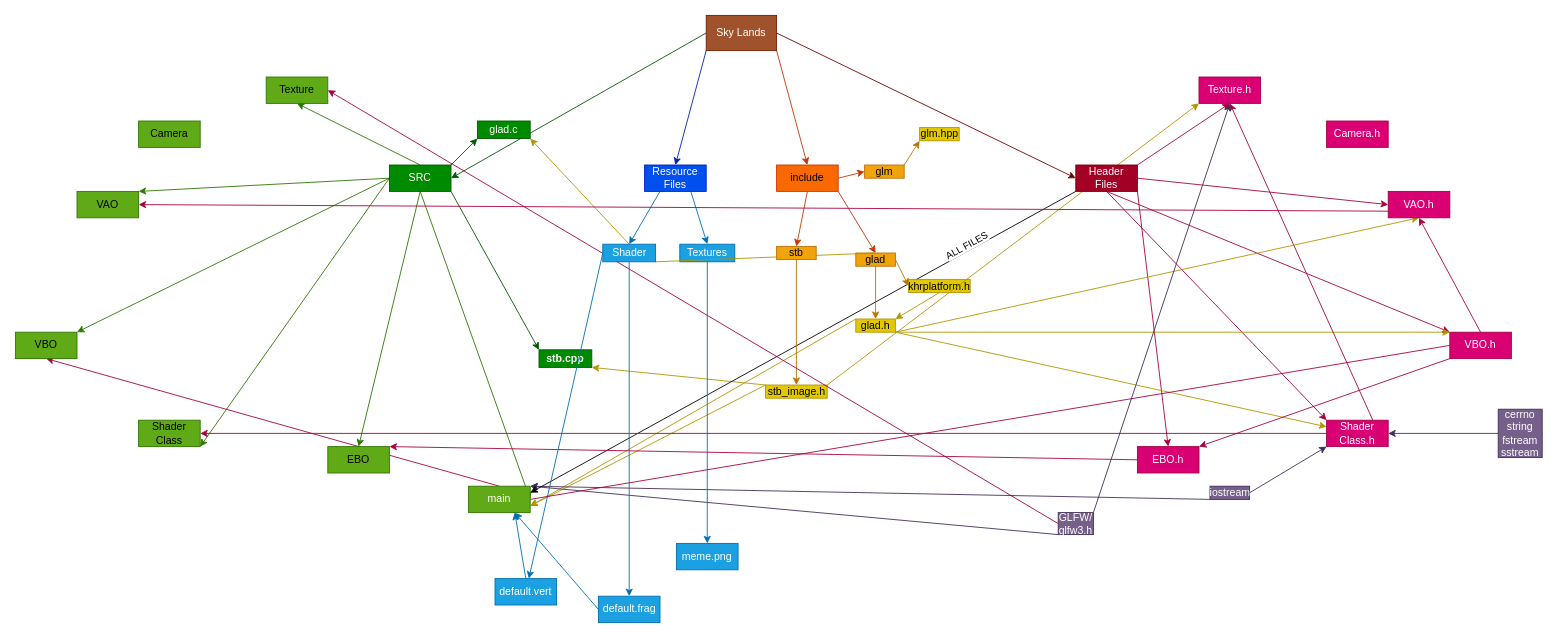
The draw.io diagram SKY-t5/build.drawio in Flysteal/Flysteal, before the edit. Source tidied: cells renumbered, new cells numbered last; positions are measured from the earlier drawing's top-left corner, leaving out a move shared by most shapes. Both pictures are drawn from the tidied source at 88%, with x=0, y=0 at pixel (15, 15).
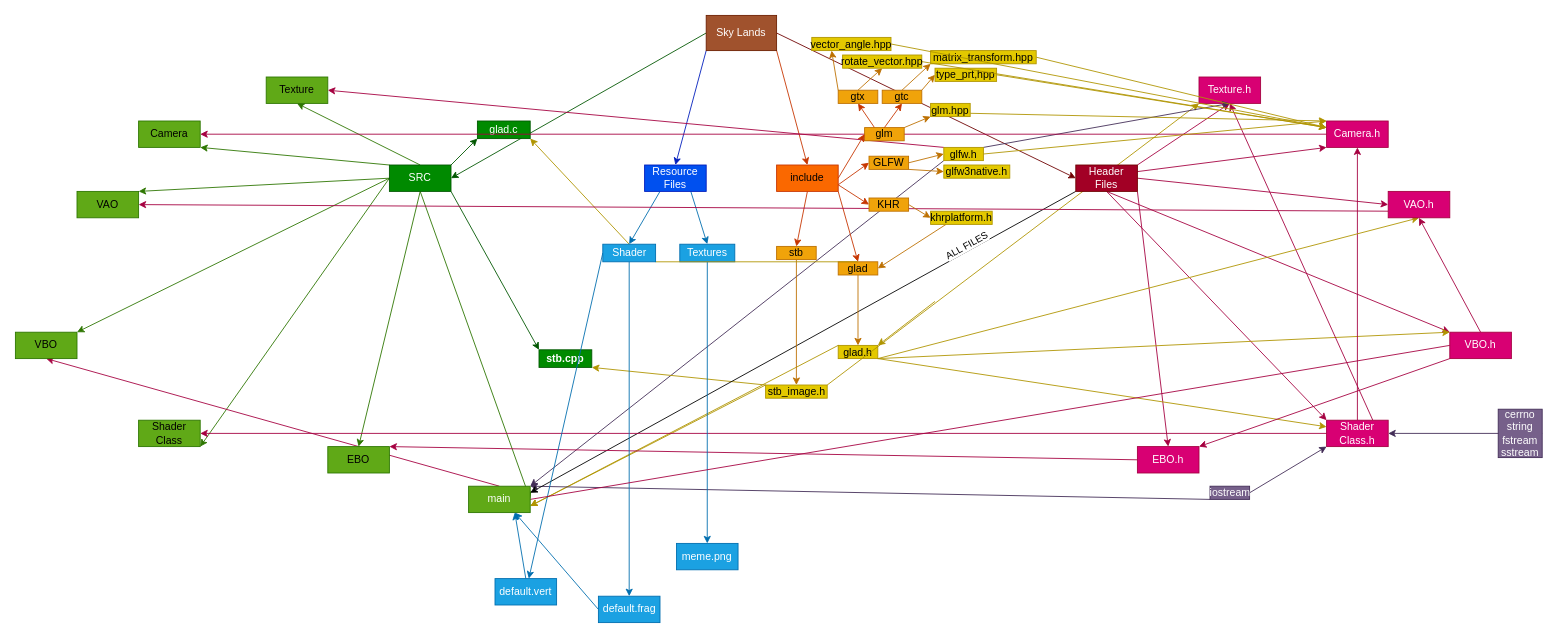
Above is the later version.

Unchanged cells that the change refers to:
```xml
<mxCell id="31" value="&lt;span style=&quot;font-size: 12px;&quot;&gt;Texture&lt;/span&gt;" style="rounded=0;whiteSpace=wrap;html=1;labelBackgroundColor=none;fontSize=10;fillColor=#60a917;strokeColor=#2D7600;" parent="1" vertex="1">
  <mxGeometry x="285" y="70" width="70" height="30" as="geometry" />
</mxCell>
<mxCell id="52" value="&lt;span style=&quot;font-size: 12px;&quot;&gt;Shader&lt;br&gt;Class.h&lt;br&gt;&lt;/span&gt;" style="rounded=0;whiteSpace=wrap;html=1;labelBackgroundColor=none;fontSize=10;fillColor=#d80073;strokeColor=#A50040;fontColor=#ffffff;" parent="1" vertex="1">
  <mxGeometry x="1490" y="460" width="70" height="30" as="geometry" />
</mxCell>
<mxCell id="62" value="&lt;span style=&quot;font-size: 12px;&quot;&gt;Texture.h&lt;/span&gt;" style="rounded=0;whiteSpace=wrap;html=1;labelBackgroundColor=none;fontSize=10;fillColor=#d80073;strokeColor=#A50040;fontColor=#ffffff;" parent="1" vertex="1">
  <mxGeometry x="1345" y="70" width="70" height="30" as="geometry" />
</mxCell>
<mxCell id="72" value="&lt;span style=&quot;font-size: 12px;&quot;&gt;SRC&lt;/span&gt;" style="rounded=0;whiteSpace=wrap;html=1;labelBackgroundColor=none;fontSize=10;fillColor=#008a00;fontColor=#ffffff;strokeColor=#005700;" parent="1" vertex="1">
  <mxGeometry x="425" y="170" width="70" height="30" as="geometry" />
</mxCell>
<mxCell id="74" value="&lt;span style=&quot;font-size: 12px;&quot;&gt;include&lt;/span&gt;" style="rounded=0;whiteSpace=wrap;html=1;labelBackgroundColor=none;fontSize=10;fillColor=#fa6800;fontColor=#000000;strokeColor=#C73500;" parent="1" vertex="1">
  <mxGeometry x="865" y="170" width="70" height="30" as="geometry" />
</mxCell>
<mxCell id="79" value="&lt;span style=&quot;font-size: 12px;&quot;&gt;main&lt;/span&gt;" style="rounded=0;whiteSpace=wrap;html=1;labelBackgroundColor=none;fontSize=10;fillColor=#60a917;fontColor=#ffffff;strokeColor=#2D7600;" parent="1" vertex="1">
  <mxGeometry x="515" y="535" width="70" height="30" as="geometry" />
</mxCell>
<mxCell id="87" value="&lt;span style=&quot;font-size: 12px;&quot;&gt;Header&lt;br&gt;Files&lt;/span&gt;" style="rounded=0;whiteSpace=wrap;html=1;labelBackgroundColor=none;fontSize=10;fillColor=#a20025;fontColor=#ffffff;strokeColor=#6F0000;" parent="1" vertex="1">
  <mxGeometry x="1205" y="170" width="70" height="30" as="geometry" />
</mxCell>
<mxCell id="88" value="&lt;span style=&quot;font-size: 12px;&quot;&gt;Camera.h&lt;/span&gt;" style="rounded=0;whiteSpace=wrap;html=1;labelBackgroundColor=none;fontSize=10;fillColor=#d80073;strokeColor=#A50040;fontColor=#ffffff;" parent="1" vertex="1">
  <mxGeometry x="1490" y="120" width="70" height="30" as="geometry" />
</mxCell>
<mxCell id="89" value="&lt;span style=&quot;font-size: 12px;&quot;&gt;Camera&lt;/span&gt;" style="rounded=0;whiteSpace=wrap;html=1;labelBackgroundColor=none;fontSize=10;fillColor=#60a917;strokeColor=#2D7600;" parent="1" vertex="1">
  <mxGeometry x="140" y="120" width="70" height="30" as="geometry" />
</mxCell>
```

Diff of the diagram source:
```diff
@@
-    <mxCell id="4" style="edgeStyle=none;html=1;exitX=0;exitY=1;exitDx=0;exitDy=0;entryX=1;entryY=0;entryDx=0;entryDy=0;shadow=0;fontSize=12;fillColor=#76608a;strokeColor=#432D57;" parent="1" edge="1" source="81" target="79">
+    <mxCell id="4" style="edgeStyle=none;html=1;exitX=0;exitY=1;exitDx=0;exitDy=0;entryX=1;entryY=0;entryDx=0;entryDy=0;shadow=0;fontSize=12;fillColor=#76608a;strokeColor=#432D57;" parent="1" edge="1" source="104" target="79">
       <mxGeometry relative="1" as="geometry" />
     </mxCell>
@@
     <mxCell id="37" value="glad.h" style="rounded=0;whiteSpace=wrap;html=1;labelBackgroundColor=none;fontSize=12;fillColor=#e3c800;fontColor=#000000;strokeColor=#B09500;" parent="1" vertex="1">
-      <mxGeometry x="955" y="345" width="45" height="15" as="geometry" />
+      <mxGeometry x="935" y="375" width="45" height="15" as="geometry" />
     </mxCell>
@@
-    <mxCell id="39" style="edgeStyle=none;html=1;exitX=1;exitY=0.5;exitDx=0;exitDy=0;entryX=0;entryY=0.5;entryDx=0;entryDy=0;fontSize=12;fillColor=#f0a30a;strokeColor=#BD7000;" parent="1" edge="1" source="40" target="42">
+    <mxCell id="39" style="edgeStyle=none;html=1;exitX=0.25;exitY=1;exitDx=0;exitDy=0;entryX=1;entryY=0.5;entryDx=0;entryDy=0;fontSize=12;fillColor=#f0a30a;strokeColor=#BD7000;" parent="1" edge="1" source="42" target="40">
       <mxGeometry relative="1" as="geometry" />
     </mxCell>
     <mxCell id="40" value="glad" style="rounded=0;whiteSpace=wrap;html=1;labelBackgroundColor=none;fontSize=12;fillColor=#f0a30a;fontColor=#000000;strokeColor=#BD7000;" parent="1" vertex="1">
-      <mxGeometry x="955" y="270" width="45" height="15" as="geometry" />
+      <mxGeometry x="935" y="280" width="45" height="15" as="geometry" />
     </mxCell>
-    <mxCell id="41" style="edgeStyle=none;html=1;exitX=0.5;exitY=1;exitDx=0;exitDy=0;entryX=1;entryY=0;entryDx=0;entryDy=0;strokeColor=#B09500;fillColor=#e3c800;" parent="1" edge="1" source="42" target="37">
-      <mxGeometry relative="1" as="geometry" />
+    <mxCell id="41" style="edgeStyle=none;html=1;exitX=0.5;exitY=1;exitDx=0;exitDy=0;entryX=1;entryY=0;entryDx=0;entryDy=0;strokeColor=#B09500;fillColor=#e3c800;" parent="1" edge="1" target="37">
+      <mxGeometry relative="1" as="geometry">
+        <mxPoint x="1045" y="325" as="sourcePoint" />
+      </mxGeometry>
     </mxCell>
-    <mxCell id="42" value="khrplatform.h" style="rounded=0;whiteSpace=wrap;html=1;labelBackgroundColor=none;fontSize=12;fillColor=#e3c800;fontColor=#000000;strokeColor=#B09500;" parent="1" vertex="1">
-      <mxGeometry x="1015" y="300" width="70" height="15" as="geometry" />
-    </mxCell>
@@
+    <mxCell id="94" style="edgeStyle=none;html=1;exitX=0.5;exitY=0;exitDx=0;exitDy=0;entryX=0.5;entryY=1;entryDx=0;entryDy=0;fillColor=#d80073;strokeColor=#A50040;" parent="1" edge="1" source="52" target="88">
+      <mxGeometry relative="1" as="geometry" />
+    </mxCell>
@@
-    <mxCell id="60" style="edgeStyle=none;html=1;exitX=0;exitY=0.5;exitDx=0;exitDy=0;entryX=1;entryY=0.5;entryDx=0;entryDy=0;fillColor=#d80073;strokeColor=#A50040;startArrow=none;" parent="1" edge="1" source="81" target="31">
+    <mxCell id="60" style="edgeStyle=none;html=1;exitX=0;exitY=0;exitDx=0;exitDy=0;entryX=1;entryY=0.5;entryDx=0;entryDy=0;fillColor=#d80073;strokeColor=#A50040;startArrow=none;" parent="1" edge="1" source="104" target="31">
       <mxGeometry relative="1" as="geometry" />
     </mxCell>
@@
+    <mxCell id="95" style="edgeStyle=none;html=1;exitX=0;exitY=0;exitDx=0;exitDy=0;entryX=1;entryY=1;entryDx=0;entryDy=0;fillColor=#60a917;strokeColor=#2D7600;" parent="1" edge="1" source="72" target="89">
+      <mxGeometry relative="1" as="geometry" />
+    </mxCell>
@@
+    <mxCell id="96" style="edgeStyle=none;html=1;exitX=1;exitY=0.75;exitDx=0;exitDy=0;entryX=0;entryY=0.5;entryDx=0;entryDy=0;fillColor=#fa6800;strokeColor=#C73500;" parent="1" edge="1" source="74" target="102">
+      <mxGeometry relative="1" as="geometry" />
+    </mxCell>
@@
-    <mxCell id="80" style="edgeStyle=none;html=1;exitX=1;exitY=0;exitDx=0;exitDy=0;strokeColor=#432D57;entryX=0.5;entryY=1;entryDx=0;entryDy=0;fillColor=#76608a;" parent="1" edge="1" source="81" target="62">
+    <mxCell id="80" style="edgeStyle=none;html=1;exitX=1;exitY=0;exitDx=0;exitDy=0;strokeColor=#432D57;entryX=0.5;entryY=1;entryDx=0;entryDy=0;fillColor=#76608a;" parent="1" edge="1" source="104" target="62">
       <mxGeometry relative="1" as="geometry" />
     </mxCell>
-    <mxCell id="81" value="GLFW/&lt;br&gt;glfw3.h" style="rounded=0;whiteSpace=wrap;html=1;labelBackgroundColor=none;fontSize=12;fillColor=#76608a;fontColor=#ffffff;strokeColor=#432D57;" parent="1" vertex="1">
-      <mxGeometry x="1185" y="565" width="40" height="25" as="geometry" />
-    </mxCell>
@@
+    <mxCell id="97" style="edgeStyle=none;html=1;exitX=1;exitY=0.25;exitDx=0;exitDy=0;entryX=0;entryY=1;entryDx=0;entryDy=0;fillColor=#d80073;strokeColor=#A50040;" parent="1" edge="1" source="87" target="88">
+      <mxGeometry relative="1" as="geometry" />
+    </mxCell>
@@
+    <mxCell id="98" style="edgeStyle=none;html=1;exitX=0;exitY=0.5;exitDx=0;exitDy=0;entryX=1;entryY=0.5;entryDx=0;entryDy=0;fillColor=#d80073;strokeColor=#A50040;" parent="1" edge="1" source="88" target="89">
+      <mxGeometry relative="1" as="geometry" />
+    </mxCell>
@@
+    <mxCell id="99" style="edgeStyle=none;html=1;exitX=0.25;exitY=0;exitDx=0;exitDy=0;entryX=0.5;entryY=1;entryDx=0;entryDy=0;fillColor=#fa6800;strokeColor=#C73500;" parent="1" edge="1" source="90" target="120">
+      <mxGeometry relative="1" as="geometry" />
+    </mxCell>
     <mxCell id="90" value="glm" style="rounded=0;whiteSpace=wrap;html=1;labelBackgroundColor=none;fontSize=12;fillColor=#f0a30a;fontColor=#000000;strokeColor=#BD7000;" parent="1" vertex="1">
-      <mxGeometry x="965" y="170" width="45" height="15" as="geometry" />
+      <mxGeometry x="965" y="127.5" width="45" height="15" as="geometry" />
     </mxCell>
@@
+    <mxCell id="100" style="edgeStyle=none;html=1;exitX=1;exitY=0.75;exitDx=0;exitDy=0;entryX=0;entryY=0;entryDx=0;entryDy=0;fillColor=#e3c800;strokeColor=#B09500;" parent="1" edge="1" source="92" target="88">
+      <mxGeometry relative="1" as="geometry" />
+    </mxCell>
     <mxCell id="92" value="glm.hpp" style="rounded=0;whiteSpace=wrap;html=1;labelBackgroundColor=none;fontSize=12;fillColor=#e3c800;fontColor=#000000;strokeColor=#B09500;" parent="1" vertex="1">
-      <mxGeometry x="1027.5" y="127.5" width="45" height="15" as="geometry" />
+      <mxGeometry x="1040" y="100" width="45" height="15" as="geometry" />
     </mxCell>
@@
+    <mxCell id="101" value="KHR" style="rounded=0;whiteSpace=wrap;html=1;labelBackgroundColor=none;fontSize=12;fillColor=#f0a30a;fontColor=#000000;strokeColor=#BD7000;" parent="1" vertex="1">
+      <mxGeometry x="970" y="207.5" width="45" height="15" as="geometry" />
+    </mxCell>
+    <mxCell id="102" value="GLFW" style="rounded=0;whiteSpace=wrap;html=1;labelBackgroundColor=none;fontSize=12;fillColor=#f0a30a;fontColor=#000000;strokeColor=#BD7000;" parent="1" vertex="1">
+      <mxGeometry x="970" y="160" width="45" height="15" as="geometry" />
+    </mxCell>
+    <mxCell id="103" style="edgeStyle=none;html=1;exitX=1;exitY=0.5;exitDx=0;exitDy=0;entryX=0;entryY=0;entryDx=0;entryDy=0;fillColor=#e3c800;strokeColor=#B09500;" parent="1" edge="1" source="104" target="88">
+      <mxGeometry relative="1" as="geometry" />
+    </mxCell>
+    <mxCell id="104" value="glfw.h" style="rounded=0;whiteSpace=wrap;html=1;labelBackgroundColor=none;fontSize=12;fillColor=#e3c800;fontColor=#000000;strokeColor=#B09500;" parent="1" vertex="1">
+      <mxGeometry x="1055" y="150" width="45" height="15" as="geometry" />
+    </mxCell>
+    <mxCell id="105" style="edgeStyle=none;html=1;exitX=1;exitY=0.5;exitDx=0;exitDy=0;entryX=0;entryY=0.5;entryDx=0;entryDy=0;fontSize=12;fillColor=#f0a30a;strokeColor=#BD7000;" parent="1" edge="1" source="102" target="104">
+      <mxGeometry relative="1" as="geometry" />
+    </mxCell>
+    <mxCell id="106" style="edgeStyle=none;html=1;exitX=1;exitY=0.75;exitDx=0;exitDy=0;entryX=0;entryY=0.5;entryDx=0;entryDy=0;fillColor=#fa6800;strokeColor=#C73500;" parent="1" edge="1" source="74" target="101">
+      <mxGeometry relative="1" as="geometry" />
+    </mxCell>
+    <mxCell id="42" value="khrplatform.h" style="rounded=0;whiteSpace=wrap;html=1;labelBackgroundColor=none;fontSize=12;fillColor=#e3c800;fontColor=#000000;strokeColor=#B09500;" parent="1" vertex="1">
+      <mxGeometry x="1040" y="222.5" width="70" height="15" as="geometry" />
+    </mxCell>
+    <mxCell id="107" style="edgeStyle=none;html=1;exitX=1;exitY=0.5;exitDx=0;exitDy=0;entryX=0;entryY=0.5;entryDx=0;entryDy=0;fontSize=12;fillColor=#f0a30a;strokeColor=#BD7000;" parent="1" edge="1" source="101" target="42">
+      <mxGeometry relative="1" as="geometry" />
+    </mxCell>
+    <mxCell id="108" value="glfw3native.h" style="rounded=0;whiteSpace=wrap;html=1;labelBackgroundColor=none;fontSize=12;fillColor=#e3c800;fontColor=#000000;strokeColor=#B09500;" parent="1" vertex="1">
+      <mxGeometry x="1055" y="170" width="75" height="15" as="geometry" />
+    </mxCell>
+    <mxCell id="109" style="edgeStyle=none;html=1;exitX=1;exitY=1;exitDx=0;exitDy=0;entryX=0;entryY=0.5;entryDx=0;entryDy=0;fontSize=12;fillColor=#f0a30a;strokeColor=#BD7000;" parent="1" edge="1" source="102" target="108">
+      <mxGeometry relative="1" as="geometry" />
+    </mxCell>
+    <mxCell id="110" style="edgeStyle=none;html=1;exitX=0.5;exitY=0;exitDx=0;exitDy=0;entryX=0;entryY=1;entryDx=0;entryDy=0;fillColor=#f0a30a;strokeColor=#BD7000;" parent="1" edge="1" source="112" target="115">
+      <mxGeometry relative="1" as="geometry" />
+    </mxCell>
+    <mxCell id="111" style="edgeStyle=none;html=1;exitX=1;exitY=0;exitDx=0;exitDy=0;entryX=0;entryY=0.5;entryDx=0;entryDy=0;fillColor=#f0a30a;strokeColor=#BD7000;" parent="1" edge="1" source="112" target="117">
+      <mxGeometry relative="1" as="geometry" />
+    </mxCell>
+    <mxCell id="112" value="gtc" style="rounded=0;whiteSpace=wrap;html=1;labelBackgroundColor=none;fontSize=12;fillColor=#f0a30a;fontColor=#000000;strokeColor=#BD7000;" parent="1" vertex="1">
+      <mxGeometry x="985" y="85" width="45" height="15" as="geometry" />
+    </mxCell>
+    <mxCell id="113" style="edgeStyle=none;html=1;exitX=0.5;exitY=0;exitDx=0;exitDy=0;entryX=0.5;entryY=1;entryDx=0;entryDy=0;fontSize=12;fillColor=#fa6800;strokeColor=#C73500;" parent="1" edge="1" source="90" target="112">
+      <mxGeometry relative="1" as="geometry" />
+    </mxCell>
+    <mxCell id="114" style="edgeStyle=none;html=1;exitX=1;exitY=0.5;exitDx=0;exitDy=0;fillColor=#e3c800;strokeColor=#B09500;entryX=0;entryY=0.25;entryDx=0;entryDy=0;" parent="1" edge="1" source="115" target="88">
+      <mxGeometry relative="1" as="geometry" />
+    </mxCell>
+    <mxCell id="115" value="matrix_transform.hpp" style="rounded=0;whiteSpace=wrap;html=1;labelBackgroundColor=none;fontSize=12;fillColor=#e3c800;fontColor=#000000;strokeColor=#B09500;" parent="1" vertex="1">
+      <mxGeometry x="1040" y="40" width="120" height="15" as="geometry" />
+    </mxCell>
+    <mxCell id="116" style="edgeStyle=none;html=1;exitX=1;exitY=0.5;exitDx=0;exitDy=0;fillColor=#e3c800;strokeColor=#B09500;entryX=0;entryY=0.25;entryDx=0;entryDy=0;" parent="1" edge="1" source="117" target="88">
+      <mxGeometry relative="1" as="geometry" />
+    </mxCell>
+    <mxCell id="117" value="type_prt,hpp" style="rounded=0;whiteSpace=wrap;html=1;labelBackgroundColor=none;fontSize=12;fillColor=#e3c800;fontColor=#000000;strokeColor=#B09500;" parent="1" vertex="1">
+      <mxGeometry x="1045" y="60" width="70" height="15" as="geometry" />
+    </mxCell>
+    <mxCell id="118" style="edgeStyle=none;html=1;exitX=0.5;exitY=0;exitDx=0;exitDy=0;entryX=0.5;entryY=1;entryDx=0;entryDy=0;fillColor=#f0a30a;strokeColor=#BD7000;" parent="1" edge="1" source="120" target="122">
+      <mxGeometry relative="1" as="geometry" />
+    </mxCell>
+    <mxCell id="119" style="edgeStyle=none;html=1;exitX=0;exitY=0;exitDx=0;exitDy=0;entryX=0.25;entryY=1;entryDx=0;entryDy=0;fillColor=#f0a30a;strokeColor=#BD7000;" parent="1" edge="1" source="120" target="124">
+      <mxGeometry relative="1" as="geometry" />
+    </mxCell>
+    <mxCell id="120" value="gtx" style="rounded=0;whiteSpace=wrap;html=1;labelBackgroundColor=none;fontSize=12;fillColor=#f0a30a;fontColor=#000000;strokeColor=#BD7000;" parent="1" vertex="1">
+      <mxGeometry x="935" y="85" width="45" height="15" as="geometry" />
+    </mxCell>
+    <mxCell id="121" style="edgeStyle=none;html=1;exitX=1;exitY=0.5;exitDx=0;exitDy=0;fillColor=#e3c800;strokeColor=#B09500;entryX=0;entryY=0.25;entryDx=0;entryDy=0;" parent="1" edge="1" source="122" target="88">
+      <mxGeometry relative="1" as="geometry" />
+    </mxCell>
+    <mxCell id="122" value="rotate_vector.hpp" style="rounded=0;whiteSpace=wrap;html=1;labelBackgroundColor=none;fontSize=12;fillColor=#e3c800;fontColor=#000000;strokeColor=#B09500;" parent="1" vertex="1">
+      <mxGeometry x="940" y="45" width="90" height="15" as="geometry" />
+    </mxCell>
+    <mxCell id="123" style="edgeStyle=none;html=1;exitX=1;exitY=0.5;exitDx=0;exitDy=0;fillColor=#e3c800;strokeColor=#B09500;entryX=0;entryY=0.25;entryDx=0;entryDy=0;" parent="1" edge="1" source="124" target="88">
+      <mxGeometry relative="1" as="geometry" />
+    </mxCell>
+    <mxCell id="124" value="vector_angle.hpp" style="rounded=0;whiteSpace=wrap;html=1;labelBackgroundColor=none;fontSize=12;fillColor=#e3c800;fontColor=#000000;strokeColor=#B09500;" parent="1" vertex="1">
+      <mxGeometry x="905" y="25" width="90" height="15" as="geometry" />
+    </mxCell>
```
